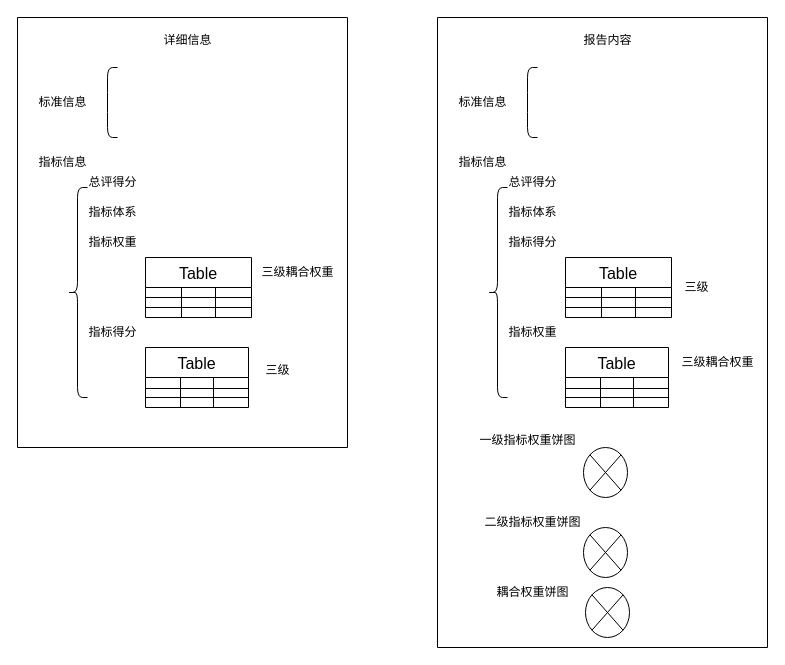
This is 详细信息图示.drawio from beyondgogogo/Graph, a draw.io file, before an edit. Source tidied: cells renumbered, new cells numbered last; positions are measured from the earlier drawing's top-left corner, leaving out a move shared by most shapes. Both pictures are drawn from the tidied source at 100%, with x=0, y=0 at pixel (17, 17).
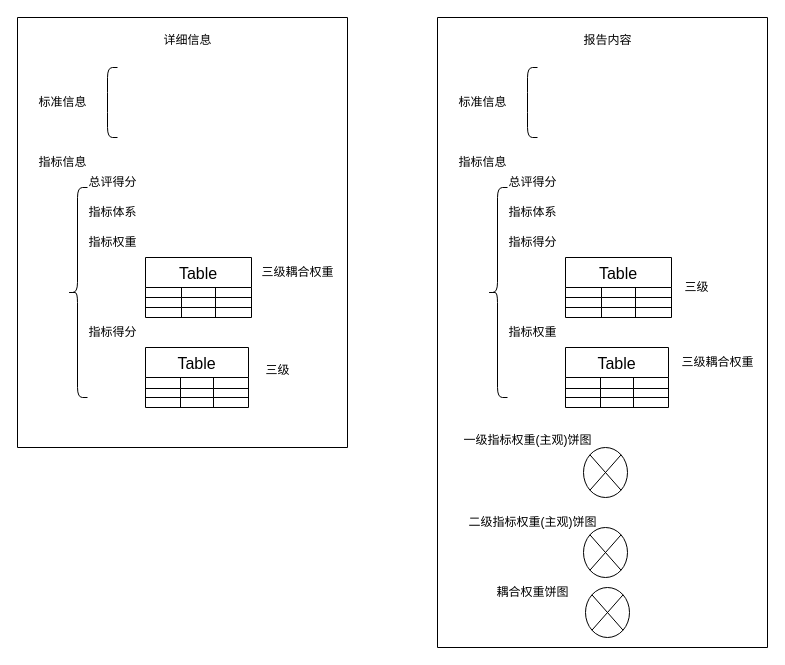
The same page after the edit.

Commit message (it also covers changes not shown here):
更新详细信息图示.drawio

Unchanged cells that the change refers to:
```xml
<mxCell id="39" style="swimlane;startSize=0;" parent="1" vertex="1">
  <mxGeometry x="420" width="330" height="630" as="geometry" />
</mxCell>
```

What changed in the source:
```diff
@@
-    <mxCell id="77" value="二级指标权重饼图" style="text;html=1;align=center;verticalAlign=middle;strokeColor=none;fillColor=none;" parent="39" vertex="1">
-      <mxGeometry x="35" y="490" width="120" height="30" as="geometry" />
+    <mxCell id="77" value="二级指标权重(主观)饼图" style="text;html=1;align=center;verticalAlign=middle;strokeColor=none;fillColor=none;" parent="39" vertex="1">
+      <mxGeometry x="20" y="490" width="150" height="30" as="geometry" />
     </mxCell>
@@
-    <mxCell id="83" value="一级指标权重饼图" style="text;html=1;align=center;verticalAlign=middle;strokeColor=none;fillColor=none;" parent="1" vertex="1">
-      <mxGeometry x="450" y="408" width="120" height="30" as="geometry" />
+    <mxCell id="83" value="一级指标权重(主观)饼图" style="text;html=1;align=center;verticalAlign=middle;strokeColor=none;fillColor=none;" parent="1" vertex="1">
+      <mxGeometry x="435" y="408" width="150" height="30" as="geometry" />
     </mxCell>
```
